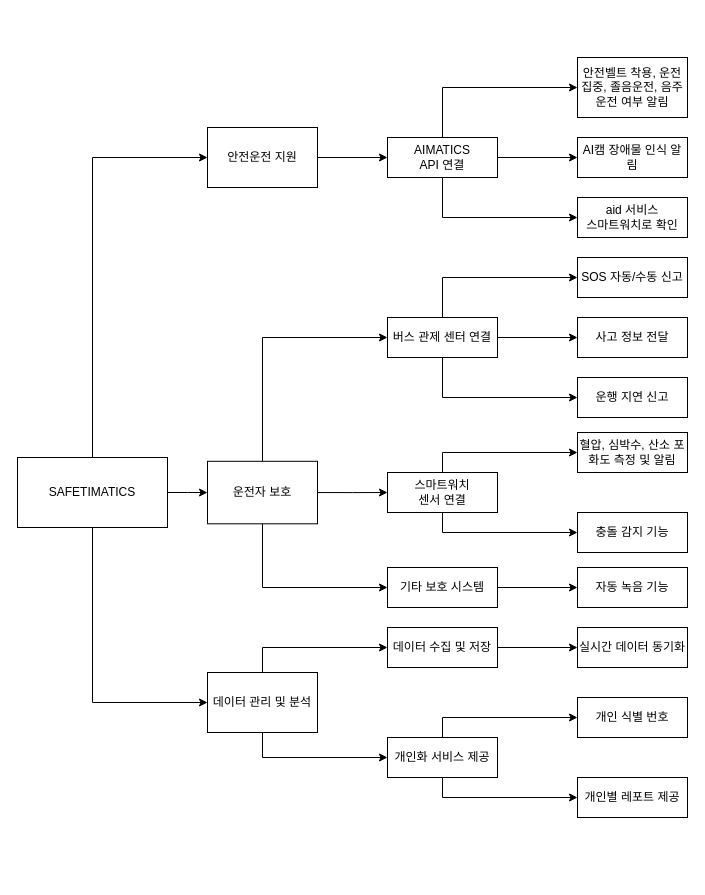
Before: page "페이지-1" (1 of 2) of objective_tree.drawio in VegetableKim/-, a draw.io diagram. Source tidied: cells renumbered, new cells numbered last; positions are measured from the earlier drawing's top-left corner, leaving out a move shared by most shapes. Both pictures are drawn from the tidied source at 100%, with x=0, y=0 at pixel (17, 57).
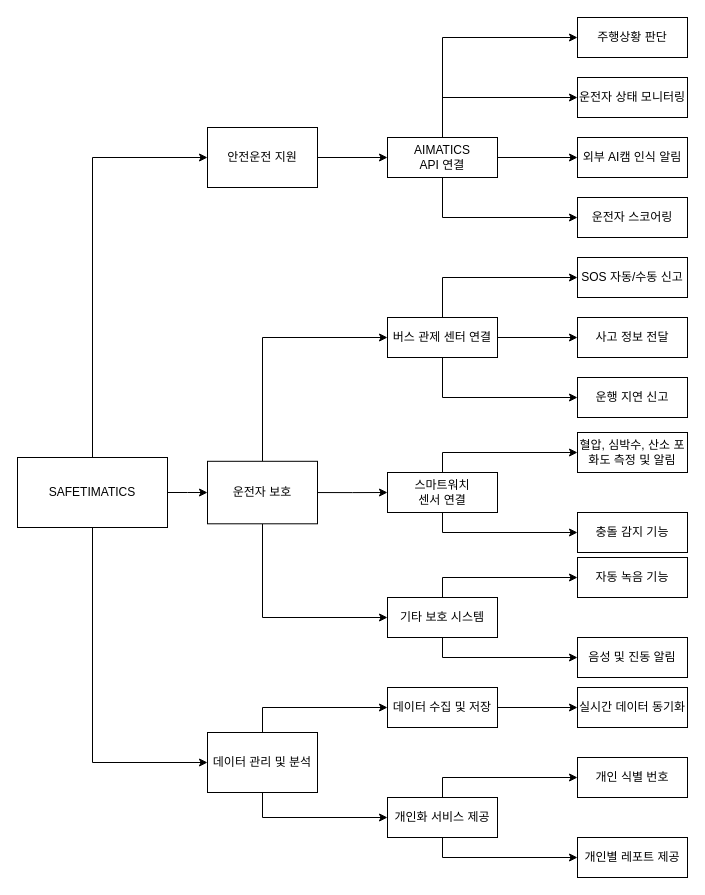
After the change.

Unchanged cells that the change refers to:
```xml
<mxCell id="26" value="AIMATICS&lt;div&gt;API 연결&lt;/div&gt;" style="rounded=0;whiteSpace=wrap;html=1;" parent="1" vertex="1">
  <mxGeometry x="370" y="80" width="110" height="40" as="geometry" />
</mxCell>
```

Diff of the diagram source:
```diff
@@
     <mxCell id="14" value="데이터 관리 및 분석" style="rounded=0;whiteSpace=wrap;html=1;" parent="1" vertex="1">
-      <mxGeometry x="190" y="615" width="110" height="60" as="geometry" />
+      <mxGeometry x="190" y="675" width="110" height="60" as="geometry" />
     </mxCell>
@@
     <mxCell id="16" value="데이터 수집 및 저장" style="rounded=0;whiteSpace=wrap;html=1;" parent="1" vertex="1">
-      <mxGeometry x="370" y="570" width="110" height="40" as="geometry" />
+      <mxGeometry x="370" y="630" width="110" height="40" as="geometry" />
     </mxCell>
@@
     <mxCell id="19" value="개인화 서비스 제공" style="rounded=0;whiteSpace=wrap;html=1;" parent="1" vertex="1">
-      <mxGeometry x="370" y="680" width="110" height="40" as="geometry" />
+      <mxGeometry x="370" y="740" width="110" height="40" as="geometry" />
     </mxCell>
     <mxCell id="20" value="실시간 데이터 동기화" style="rounded=0;whiteSpace=wrap;html=1;" parent="1" vertex="1">
-      <mxGeometry x="560" y="570" width="110" height="40" as="geometry" />
+      <mxGeometry x="560" y="630" width="110" height="40" as="geometry" />
     </mxCell>
     <mxCell id="21" value="개인 식별 번호" style="rounded=0;whiteSpace=wrap;html=1;" parent="1" vertex="1">
-      <mxGeometry x="560" y="640" width="110" height="40" as="geometry" />
+      <mxGeometry x="560" y="700" width="110" height="40" as="geometry" />
     </mxCell>
     <mxCell id="22" value="개인별 레포트 제공" style="rounded=0;whiteSpace=wrap;html=1;" parent="1" vertex="1">
-      <mxGeometry x="560" y="720" width="110" height="40" as="geometry" />
+      <mxGeometry x="560" y="780" width="110" height="40" as="geometry" />
     </mxCell>
@@
+    <mxCell id="45" style="edgeStyle=orthogonalEdgeStyle;rounded=0;jettySize=auto;html=1;exitX=0.5;exitY=0;exitDx=0;exitDy=0;entryX=0;entryY=0.5;entryDx=0;entryDy=0;" parent="1" edge="1" source="26" target="47">
+      <mxGeometry relative="1" as="geometry" />
+    </mxCell>
@@
-    <mxCell id="27" value="안전벨트 착용, 운전 집중, 졸음운전, 음주운전 여부 알림" style="rounded=0;whiteSpace=wrap;html=1;" parent="1" vertex="1">
-      <mxGeometry x="560" width="110" height="60" as="geometry" />
+    <mxCell id="27" value="운전자 상태 모니터링" style="rounded=0;whiteSpace=wrap;html=1;" parent="1" vertex="1">
+      <mxGeometry x="560" y="20" width="110" height="40" as="geometry" />
     </mxCell>
-    <mxCell id="28" value="aid 서비스&lt;div&gt;스마트워치로 확인&lt;/div&gt;" style="rounded=0;whiteSpace=wrap;html=1;" parent="1" vertex="1">
+    <mxCell id="28" value="운전자 스코어링" style="rounded=0;whiteSpace=wrap;html=1;" parent="1" vertex="1">
       <mxGeometry x="560" y="140" width="110" height="40" as="geometry" />
     </mxCell>
@@
-    <mxCell id="36" style="edgeStyle=orthogonalEdgeStyle;rounded=0;jettySize=auto;html=1;exitX=1;exitY=0.5;exitDx=0;exitDy=0;entryX=0;entryY=0.5;entryDx=0;entryDy=0;" parent="1" edge="1" source="37" target="43">
+    <mxCell id="36" style="edgeStyle=orthogonalEdgeStyle;rounded=0;jettySize=auto;html=1;exitX=0.5;exitY=0;exitDx=0;exitDy=0;entryX=0;entryY=0.5;entryDx=0;entryDy=0;" parent="1" edge="1" source="37" target="43">
       <mxGeometry relative="1" as="geometry" />
     </mxCell>
+    <mxCell id="46" style="edgeStyle=orthogonalEdgeStyle;rounded=0;jettySize=auto;html=1;exitX=0.5;exitY=1;exitDx=0;exitDy=0;entryX=0;entryY=0.5;entryDx=0;entryDy=0;" parent="1" edge="1" source="37" target="48">
+      <mxGeometry relative="1" as="geometry" />
+    </mxCell>
     <mxCell id="37" value="기타 보호 시스템" style="rounded=0;whiteSpace=wrap;html=1;" parent="1" vertex="1">
-      <mxGeometry x="370" y="510" width="110" height="40" as="geometry" />
+      <mxGeometry x="370" y="540" width="110" height="40" as="geometry" />
     </mxCell>
@@
     <mxCell id="43" value="자동 녹음 기능" style="rounded=0;whiteSpace=wrap;html=1;" parent="1" vertex="1">
-      <mxGeometry x="560" y="510" width="110" height="40" as="geometry" />
+      <mxGeometry x="560" y="500" width="110" height="40" as="geometry" />
     </mxCell>
-    <mxCell id="44" value="AI캠 장애물 인식 알림" style="rounded=0;whiteSpace=wrap;html=1;" parent="1" vertex="1">
+    <mxCell id="44" value="외부 AI캠 인식 알림" style="rounded=0;whiteSpace=wrap;html=1;" parent="1" vertex="1">
       <mxGeometry x="560" y="80" width="110" height="40" as="geometry" />
     </mxCell>
+    <mxCell id="47" value="주행상황 판단" style="rounded=0;whiteSpace=wrap;html=1;" parent="1" vertex="1">
+      <mxGeometry x="560" y="-40" width="110" height="40" as="geometry" />
+    </mxCell>
+    <mxCell id="48" value="음성 및 진동 알림" style="rounded=0;whiteSpace=wrap;html=1;" parent="1" vertex="1">
+      <mxGeometry x="560" y="580" width="110" height="40" as="geometry" />
+    </mxCell>
```
